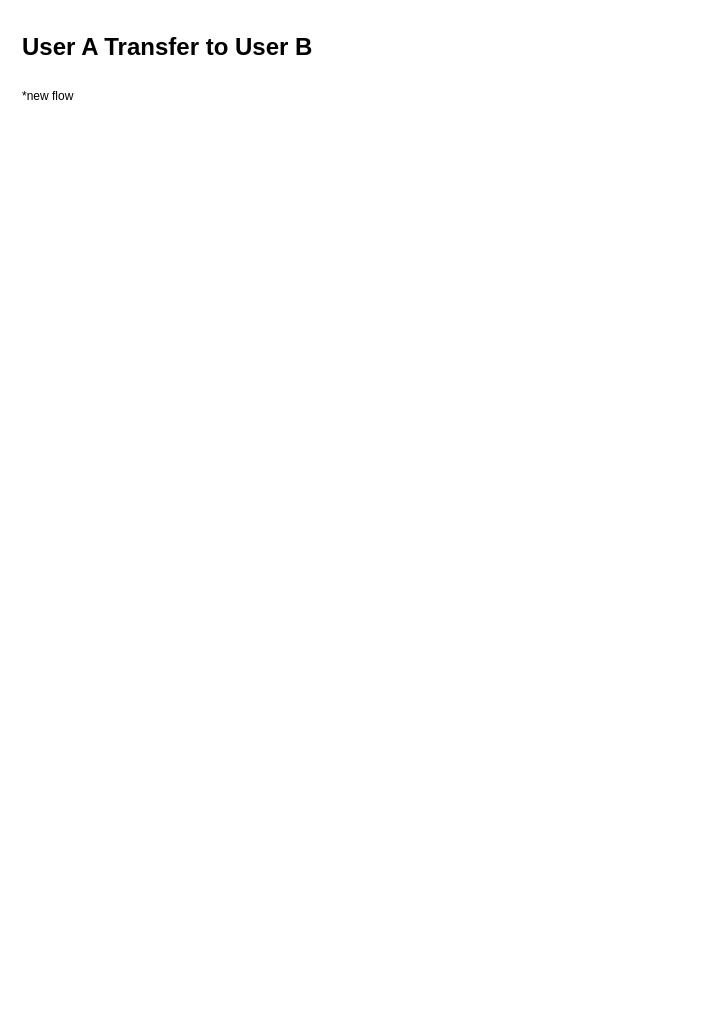
Above: Transfer Flow.drawio in stephendaniel31/draw.io (draw.io), before the change. Source tidied: cells renumbered, new cells numbered last; positions are measured from the earlier drawing's top-left corner, leaving out a move shared by most shapes. Both pictures are drawn from the tidied source at 100%, with x=0, y=0 at pixel (17, 27).
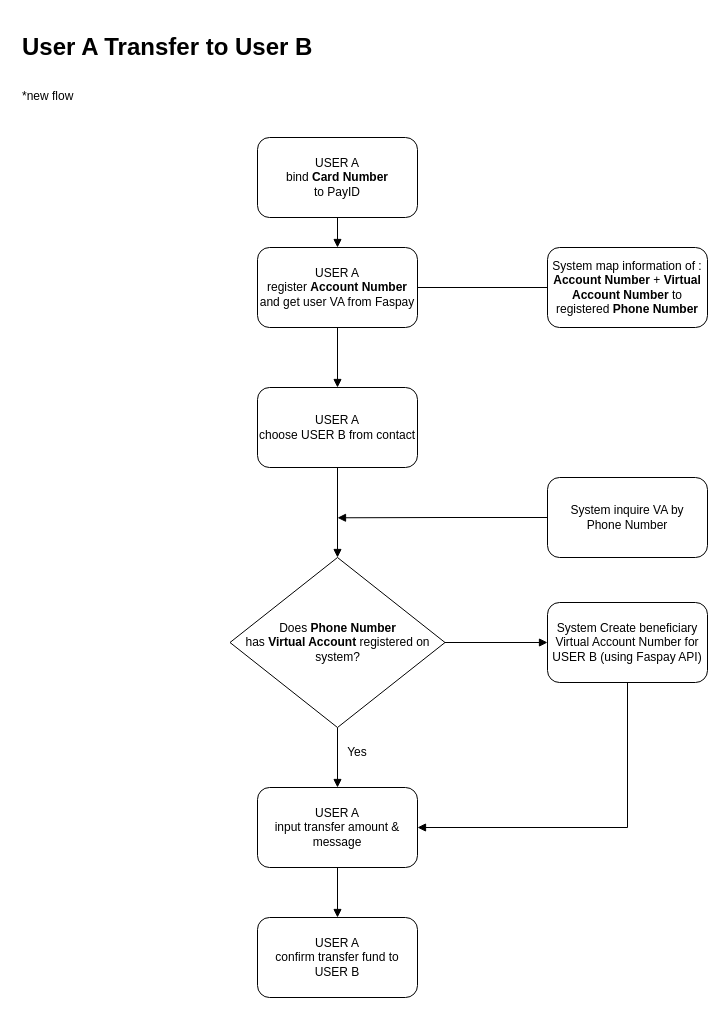
The same page after the edit.

What changed in the source:
```diff
@@
+    <mxCell id="3" style="edgeStyle=orthogonalEdgeStyle;rounded=0;jettySize=auto;html=1;exitX=0.5;exitY=1;exitDx=0;exitDy=0;entryX=0.5;entryY=0;entryDx=0;entryDy=0;endArrow=block;endFill=1;" parent="1" edge="1" source="4" target="7">
+      <mxGeometry relative="1" as="geometry" />
+    </mxCell>
+    <mxCell id="4" value="USER A&lt;br&gt;bind &lt;b&gt;Card Number&lt;/b&gt;&lt;br&gt;to PayID" style="rounded=1;whiteSpace=wrap;html=1;" parent="1" vertex="1">
+      <mxGeometry x="240" y="110" width="160" height="80" as="geometry" />
+    </mxCell>
+    <mxCell id="5" style="edgeStyle=orthogonalEdgeStyle;rounded=0;jettySize=auto;html=1;exitX=1;exitY=0.5;exitDx=0;exitDy=0;entryX=0;entryY=0.5;entryDx=0;entryDy=0;endArrow=none;endFill=0;" parent="1" edge="1" source="7" target="8">
+      <mxGeometry relative="1" as="geometry" />
+    </mxCell>
+    <mxCell id="6" style="edgeStyle=orthogonalEdgeStyle;rounded=0;jettySize=auto;html=1;exitX=0.5;exitY=1;exitDx=0;exitDy=0;entryX=0.5;entryY=0;entryDx=0;entryDy=0;endArrow=block;endFill=1;" parent="1" edge="1" source="7" target="10">
+      <mxGeometry relative="1" as="geometry" />
+    </mxCell>
+    <mxCell id="7" value="USER A&lt;br&gt;register &lt;b&gt;Account Number&lt;/b&gt;&lt;br&gt;and get user VA from Faspay" style="rounded=1;whiteSpace=wrap;html=1;" parent="1" vertex="1">
+      <mxGeometry x="240" y="220" width="160" height="80" as="geometry" />
+    </mxCell>
+    <mxCell id="8" value="System map information of :&lt;br&gt;&lt;b&gt;Account Number&lt;/b&gt; + &lt;b&gt;Virtual Account Number&lt;/b&gt; to registered &lt;b&gt;Phone Number&lt;/b&gt;" style="rounded=1;whiteSpace=wrap;html=1;" parent="1" vertex="1">
+      <mxGeometry x="530" y="220" width="160" height="80" as="geometry" />
+    </mxCell>
+    <mxCell id="9" style="edgeStyle=orthogonalEdgeStyle;rounded=0;jettySize=auto;html=1;exitX=0.5;exitY=1;exitDx=0;exitDy=0;endArrow=block;endFill=1;" parent="1" edge="1" source="10" target="15">
+      <mxGeometry relative="1" as="geometry" />
+    </mxCell>
+    <mxCell id="10" value="USER A&lt;br&gt;choose USER B from contact" style="rounded=1;whiteSpace=wrap;html=1;" parent="1" vertex="1">
+      <mxGeometry x="240" y="360" width="160" height="80" as="geometry" />
+    </mxCell>
+    <mxCell id="11" style="edgeStyle=orthogonalEdgeStyle;rounded=0;jettySize=auto;html=1;exitX=0;exitY=0.5;exitDx=0;exitDy=0;endArrow=block;endFill=1;" parent="1" edge="1" source="12">
+      <mxGeometry relative="1" as="geometry">
+        <mxPoint x="320" y="490.3" as="targetPoint" />
+      </mxGeometry>
+    </mxCell>
+    <mxCell id="12" value="System inquire VA by&lt;br&gt;Phone Number" style="rounded=1;whiteSpace=wrap;html=1;" parent="1" vertex="1">
+      <mxGeometry x="530" y="450" width="160" height="80" as="geometry" />
+    </mxCell>
+    <mxCell id="13" style="edgeStyle=orthogonalEdgeStyle;rounded=0;jettySize=auto;html=1;exitX=0.5;exitY=1;exitDx=0;exitDy=0;entryX=0.5;entryY=0;entryDx=0;entryDy=0;endArrow=block;endFill=1;" parent="1" edge="1" source="15" target="17">
+      <mxGeometry relative="1" as="geometry" />
+    </mxCell>
+    <mxCell id="14" style="edgeStyle=orthogonalEdgeStyle;rounded=0;jettySize=auto;html=1;exitX=1;exitY=0.5;exitDx=0;exitDy=0;entryX=0;entryY=0.5;entryDx=0;entryDy=0;endArrow=block;endFill=1;" parent="1" edge="1" source="15" target="21">
+      <mxGeometry relative="1" as="geometry" />
+    </mxCell>
+    <mxCell id="15" value="Does &lt;b&gt;Phone Number&lt;/b&gt;&lt;br&gt;has &lt;b&gt;Virtual Account &lt;/b&gt;registered on system?" style="rhombus;whiteSpace=wrap;html=1;" parent="1" vertex="1">
+      <mxGeometry x="212.5" y="530" width="215" height="170" as="geometry" />
+    </mxCell>
+    <mxCell id="16" style="edgeStyle=orthogonalEdgeStyle;rounded=0;jettySize=auto;html=1;exitX=0.5;exitY=1;exitDx=0;exitDy=0;entryX=0.5;entryY=0;entryDx=0;entryDy=0;endArrow=block;endFill=1;" parent="1" edge="1" source="17" target="18">
+      <mxGeometry relative="1" as="geometry" />
+    </mxCell>
+    <mxCell id="17" value="USER A&lt;br&gt;input transfer amount &amp;amp; message" style="rounded=1;whiteSpace=wrap;html=1;" parent="1" vertex="1">
+      <mxGeometry x="240" y="760" width="160" height="80" as="geometry" />
+    </mxCell>
+    <mxCell id="18" value="USER A&lt;br&gt;confirm transfer fund to USER B" style="rounded=1;whiteSpace=wrap;html=1;" parent="1" vertex="1">
+      <mxGeometry x="240" y="890" width="160" height="80" as="geometry" />
+    </mxCell>
+    <mxCell id="19" value="Yes" style="text;html=1;strokeColor=none;fillColor=none;align=center;verticalAlign=middle;whiteSpace=wrap;rounded=0;" parent="1" vertex="1">
+      <mxGeometry x="310" y="710" width="60" height="30" as="geometry" />
+    </mxCell>
+    <mxCell id="20" style="edgeStyle=orthogonalEdgeStyle;rounded=0;jettySize=auto;html=1;exitX=0.5;exitY=1;exitDx=0;exitDy=0;entryX=1;entryY=0.5;entryDx=0;entryDy=0;endArrow=block;endFill=1;" parent="1" edge="1" source="21" target="17">
+      <mxGeometry relative="1" as="geometry" />
+    </mxCell>
+    <mxCell id="21" value="System Create beneficiary Virtual Account Number for USER B (using Faspay API)" style="rounded=1;whiteSpace=wrap;html=1;" parent="1" vertex="1">
+      <mxGeometry x="530" y="575" width="160" height="80" as="geometry" />
+    </mxCell>
```
